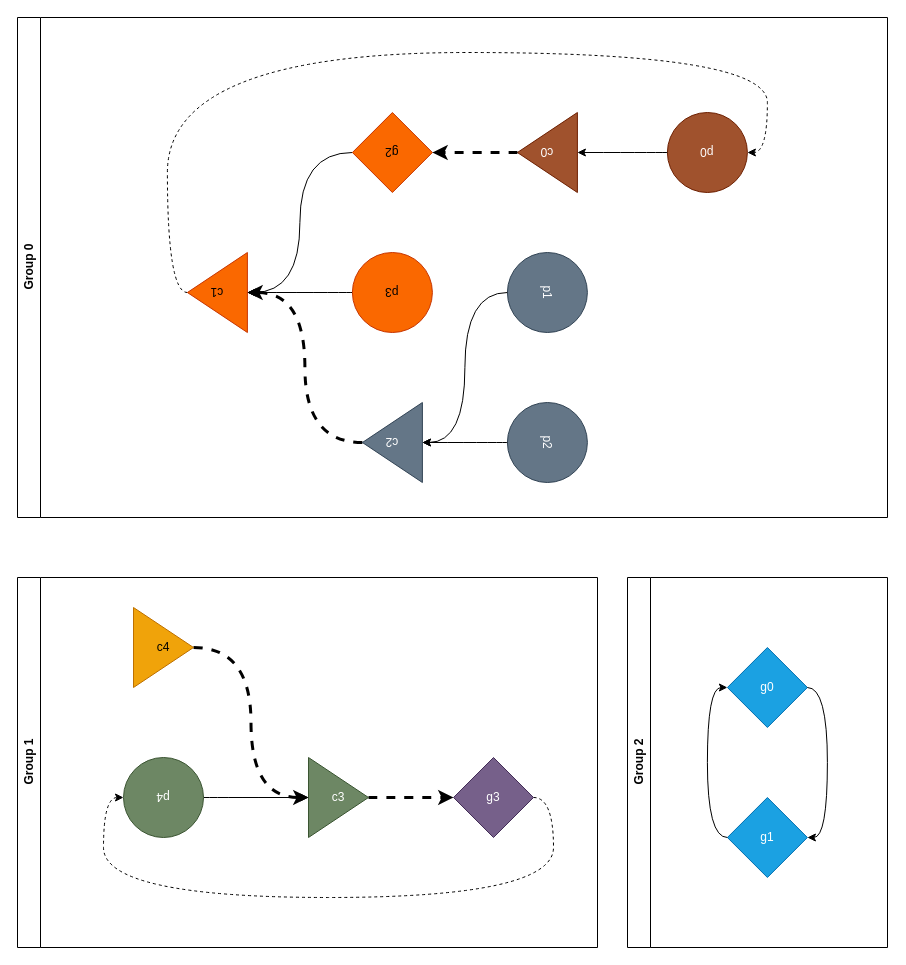
This is page "Step 3 (case 0)" (4 of 8) of plutus-test-graph.drawio.xml from Congyuwang/plutus-core, a draw.io file, before an edit. Source tidied: cells renumbered, new cells numbered last; positions are measured from the earlier drawing's top-left corner, leaving out a move shared by most shapes. Both pictures are drawn from the tidied source at 100%, with x=0, y=0 at pixel (17, 17).
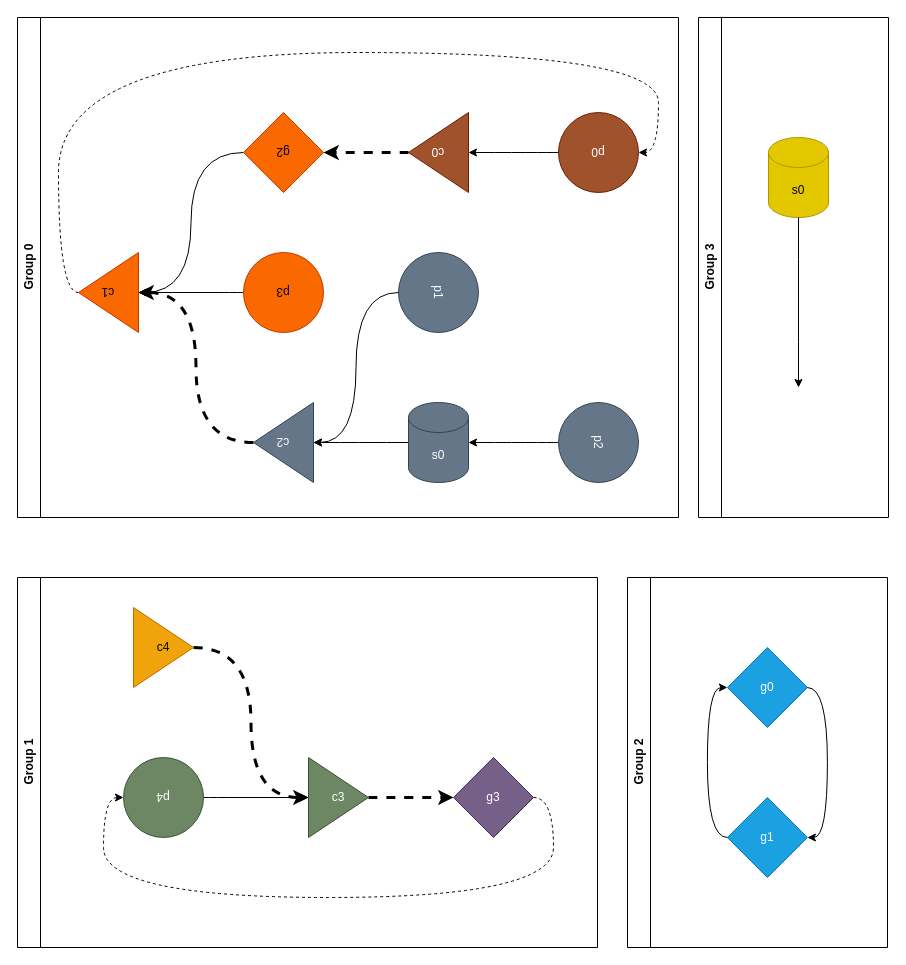
The same page after the edit.

Diff of the diagram source:
```diff
@@
     <mxCell id="10" value="Group 0" style="swimlane;horizontal=0;whiteSpace=wrap;html=1;" parent="1" vertex="1">
-      <mxGeometry width="870" height="500" as="geometry" />
+      <mxGeometry width="661" height="500" as="geometry" />
     </mxCell>
     <mxCell id="11" value="p0" style="ellipse;whiteSpace=wrap;html=1;rotation=-180;fillColor=#a0522d;fontColor=#ffffff;strokeColor=#6D1F00;" parent="10" vertex="1">
-      <mxGeometry x="649.9" y="95" width="80" height="80" as="geometry" />
+      <mxGeometry x="541" y="95" width="80" height="80" as="geometry" />
     </mxCell>
     <mxCell id="12" value="c0" style="triangle;whiteSpace=wrap;html=1;rotation=-180;fillColor=#a0522d;fontColor=#ffffff;strokeColor=#6D1F00;" parent="10" vertex="1">
-      <mxGeometry x="499.9" y="95" width="60" height="80" as="geometry" />
+      <mxGeometry x="391" y="95" width="60" height="80" as="geometry" />
     </mxCell>
@@
     <mxCell id="14" style="edgeStyle=orthogonalEdgeStyle;curved=1;rounded=0;jettySize=auto;html=1;exitX=1;exitY=0.5;exitDx=0;exitDy=0;entryX=0;entryY=0.5;entryDx=0;entryDy=0;dashed=1;" parent="10" edge="1" source="15" target="11">
       <mxGeometry relative="1" as="geometry">
         <Array as="points">
-          <mxPoint x="149.9" y="275" />
-          <mxPoint x="149.9" y="35" />
-          <mxPoint x="749.9" y="35" />
-          <mxPoint x="749.9" y="135" />
+          <mxPoint x="41" y="275" />
+          <mxPoint x="41" y="35" />
+          <mxPoint x="641" y="35" />
+          <mxPoint x="641" y="135" />
         </Array>
       </mxGeometry>
     </mxCell>
     <mxCell id="15" value="c1" style="triangle;whiteSpace=wrap;html=1;rotation=-180;fillColor=#fa6800;fontColor=#000000;strokeColor=#C73500;" parent="10" vertex="1">
-      <mxGeometry x="169.9" y="235" width="60" height="80" as="geometry" />
+      <mxGeometry x="61" y="235" width="60" height="80" as="geometry" />
     </mxCell>
@@
     <mxCell id="17" value="g2" style="rhombus;whiteSpace=wrap;html=1;rotation=-180;fillColor=#fa6800;fontColor=#000000;strokeColor=#C73500;" parent="10" vertex="1">
-      <mxGeometry x="334.9" y="95" width="80" height="80" as="geometry" />
+      <mxGeometry x="226" y="95" width="80" height="80" as="geometry" />
     </mxCell>
@@
     <mxCell id="19" value="p1" style="ellipse;whiteSpace=wrap;html=1;rotation=90;fillColor=#647687;fontColor=#ffffff;strokeColor=#314354;" parent="10" vertex="1">
-      <mxGeometry x="489.9" y="235" width="80" height="80" as="geometry" />
+      <mxGeometry x="381" y="235" width="80" height="80" as="geometry" />
     </mxCell>
@@
     <mxCell id="22" value="p3" style="ellipse;whiteSpace=wrap;html=1;rotation=-180;fillColor=#fa6800;fontColor=#000000;strokeColor=#C73500;" parent="10" vertex="1">
-      <mxGeometry x="334.9" y="235" width="80" height="80" as="geometry" />
+      <mxGeometry x="226" y="235" width="80" height="80" as="geometry" />
     </mxCell>
     <mxCell id="23" value="c2" style="triangle;whiteSpace=wrap;html=1;rotation=-180;fillColor=#647687;fontColor=#ffffff;strokeColor=#314354;" parent="10" vertex="1">
-      <mxGeometry x="344.9" y="385" width="60" height="80" as="geometry" />
+      <mxGeometry x="236" y="385" width="60" height="80" as="geometry" />
     </mxCell>
@@
+    <mxCell id="33" style="edgeStyle=orthogonalEdgeStyle;curved=1;rounded=0;jettySize=auto;html=1;exitX=0.5;exitY=1;exitDx=0;exitDy=0;" parent="10" edge="1" source="25" target="35">
+      <mxGeometry relative="1" as="geometry" />
+    </mxCell>
     <mxCell id="25" value="p2" style="ellipse;whiteSpace=wrap;html=1;rotation=90;fillColor=#647687;fontColor=#ffffff;strokeColor=#314354;" parent="10" vertex="1">
-      <mxGeometry x="489.9" y="385" width="80" height="80" as="geometry" />
+      <mxGeometry x="541" y="385" width="80" height="80" as="geometry" />
     </mxCell>
-    <mxCell id="26" style="edgeStyle=orthogonalEdgeStyle;curved=1;rounded=0;jettySize=auto;html=1;exitX=0.5;exitY=1;exitDx=0;exitDy=0;entryX=0;entryY=0.5;entryDx=0;entryDy=0;" parent="10" edge="1" source="25" target="23">
-      <mxGeometry relative="1" as="geometry" />
-    </mxCell>
+    <mxCell id="34" style="edgeStyle=orthogonalEdgeStyle;curved=1;rounded=0;jettySize=auto;html=1;exitX=0;exitY=0.5;exitDx=0;exitDy=0;exitPerimeter=0;entryX=0;entryY=0.5;entryDx=0;entryDy=0;" parent="10" edge="1" source="35" target="23">
+      <mxGeometry relative="1" as="geometry" />
+    </mxCell>
+    <mxCell id="35" value="s0" style="shape=cylinder3;whiteSpace=wrap;html=1;boundedLbl=1;backgroundOutline=1;size=15;fillColor=#647687;fontColor=#ffffff;strokeColor=#314354;" parent="10" vertex="1">
+      <mxGeometry x="391" y="385" width="60" height="80" as="geometry" />
+    </mxCell>
@@
+    <mxCell id="36" value="Group 3" style="swimlane;horizontal=0;whiteSpace=wrap;html=1;" parent="1" vertex="1">
+      <mxGeometry x="681" width="190" height="500" as="geometry" />
+    </mxCell>
+    <mxCell id="37" value="s0" style="shape=cylinder3;whiteSpace=wrap;html=1;boundedLbl=1;backgroundOutline=1;size=15;fillColor=#e3c800;fontColor=#000000;strokeColor=#B09500;" parent="36" vertex="1">
+      <mxGeometry x="70" y="120" width="60" height="80" as="geometry" />
+    </mxCell>
+    <mxCell id="38" style="edgeStyle=orthogonalEdgeStyle;curved=1;rounded=0;jettySize=auto;html=1;" parent="1" edge="1" source="37">
+      <mxGeometry relative="1" as="geometry">
+        <mxPoint x="781" y="370" as="targetPoint" />
+      </mxGeometry>
+    </mxCell>
```
